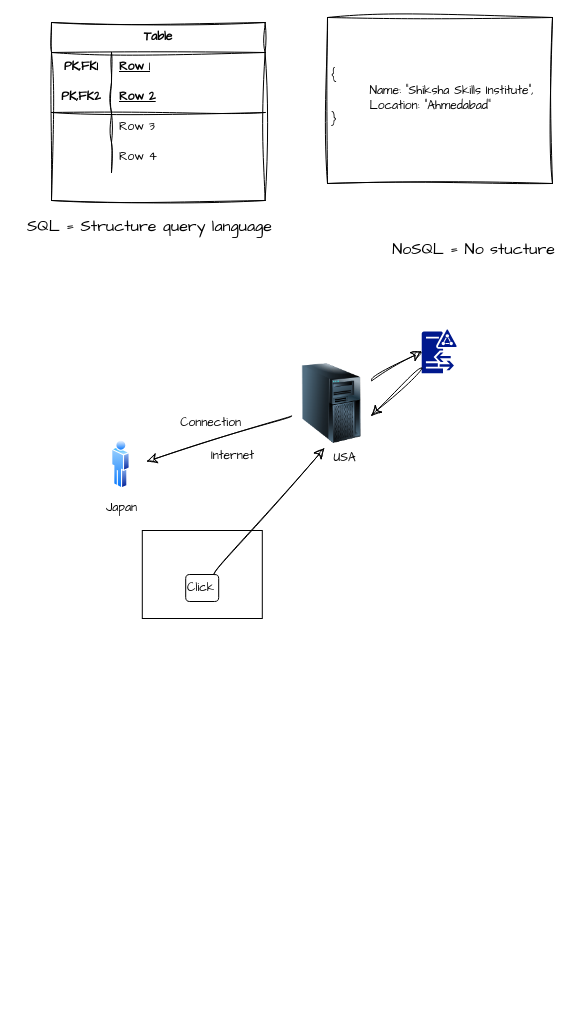
Earlier version of the draw.io diagram page "Page-13" (14 of 15) of javascript basic to advance.drawio (Shiksha-Skills-Institute/web-development-notes). Source tidied: cells renumbered, new cells numbered last; positions are measured from the earlier drawing's top-left corner, leaving out a move shared by most shapes. Both pictures are drawn from the tidied source at 100%, with x=0, y=0 at pixel (17, 17).
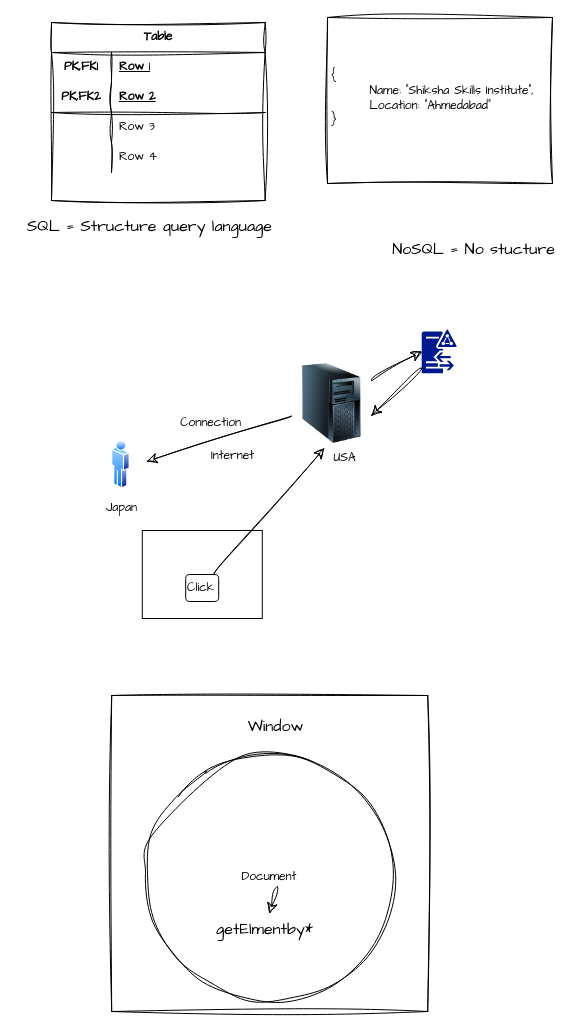
Above is the later version.

Diff of the diagram source:
```diff
@@
+    <mxCell id="32" style="whiteSpace=wrap;html=1;sketch=1;hachureGap=4;jiggle=2;curveFitting=1;fontFamily=Architects Daughter;" parent="1" vertex="1">
+      <mxGeometry x="94.2" y="678" width="316" height="316" as="geometry" />
+    </mxCell>
+    <mxCell id="33" value="Window" style="text;html=1;align=center;verticalAlign=middle;strokeColor=none;fillColor=none;fontSize=16;fontFamily=Architects Daughter;" parent="1" vertex="1">
+      <mxGeometry x="221" y="693" width="74" height="31" as="geometry" />
+    </mxCell>
+    <mxCell id="34" value="Document" style="ellipse;whiteSpace=wrap;html=1;sketch=1;hachureGap=4;jiggle=2;curveFitting=1;fontFamily=Architects Daughter;" parent="1" vertex="1">
+      <mxGeometry x="128.2" y="736" width="248" height="248" as="geometry" />
+    </mxCell>
+    <mxCell id="35" value="getElmentby*" style="text;html=1;align=center;verticalAlign=middle;points=[];strokeColor=none;fillColor=none;fontSize=16;fontFamily=Architects Daughter;" parent="1" vertex="1">
+      <mxGeometry x="189.8" y="896" width="115" height="31" as="geometry" />
+    </mxCell>
+    <mxCell id="36" style="endArrow=classic;html=1;rounded=0;sketch=1;hachureGap=4;jiggle=2;curveFitting=1;fontFamily=Architects Daughter;fontSize=12;startSize=8;endSize=8;curved=1;" parent="1" edge="1" target="35">
+      <mxGeometry relative="1" as="geometry">
+        <mxPoint x="260" y="869" as="sourcePoint" />
+      </mxGeometry>
+    </mxCell>
```
